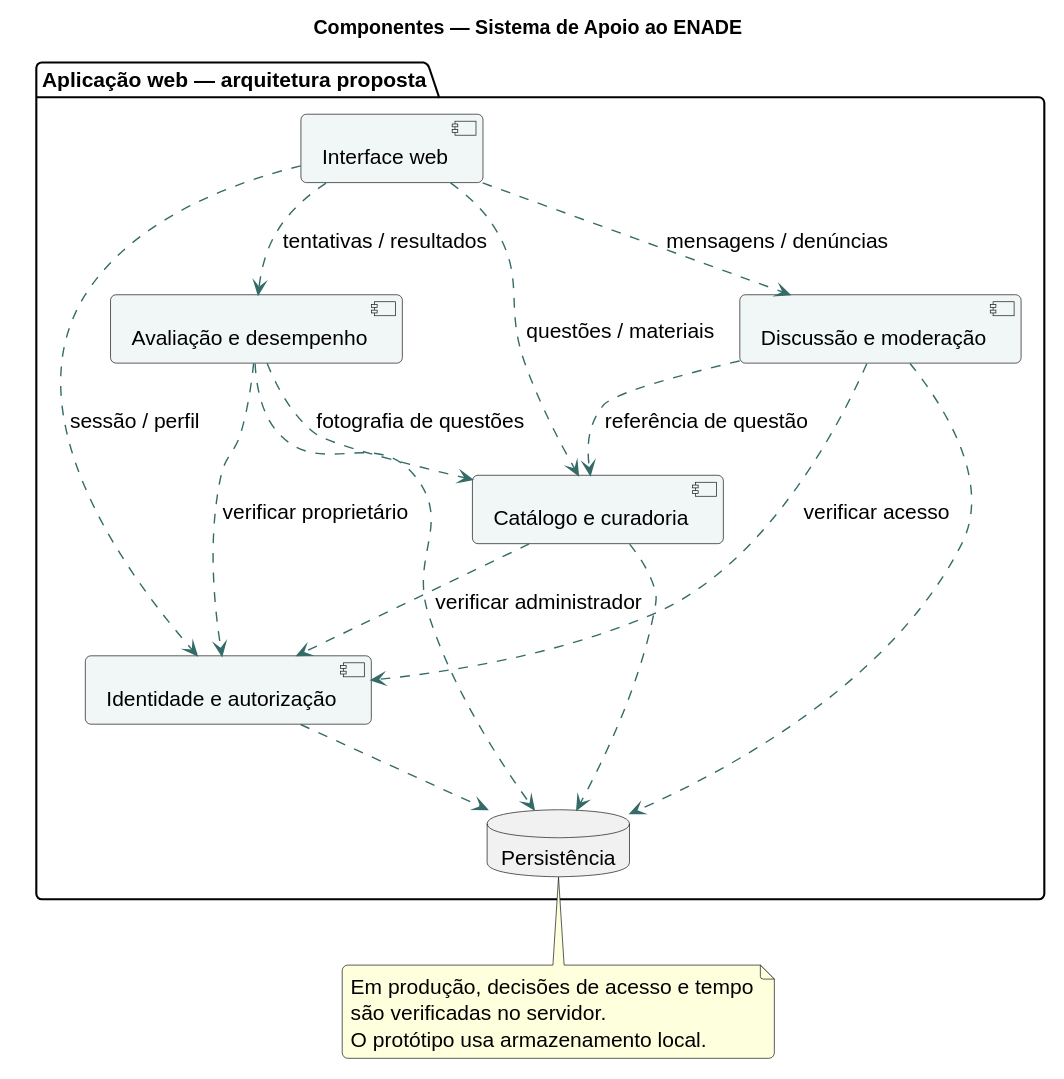
SamirMaia91/requisitos-20262--grupo2 keeps this PlantUML diagram as Requisitos/Artefatos/SistemaApoioENADE/UML/Componentes.svg. Above is the earlier version.
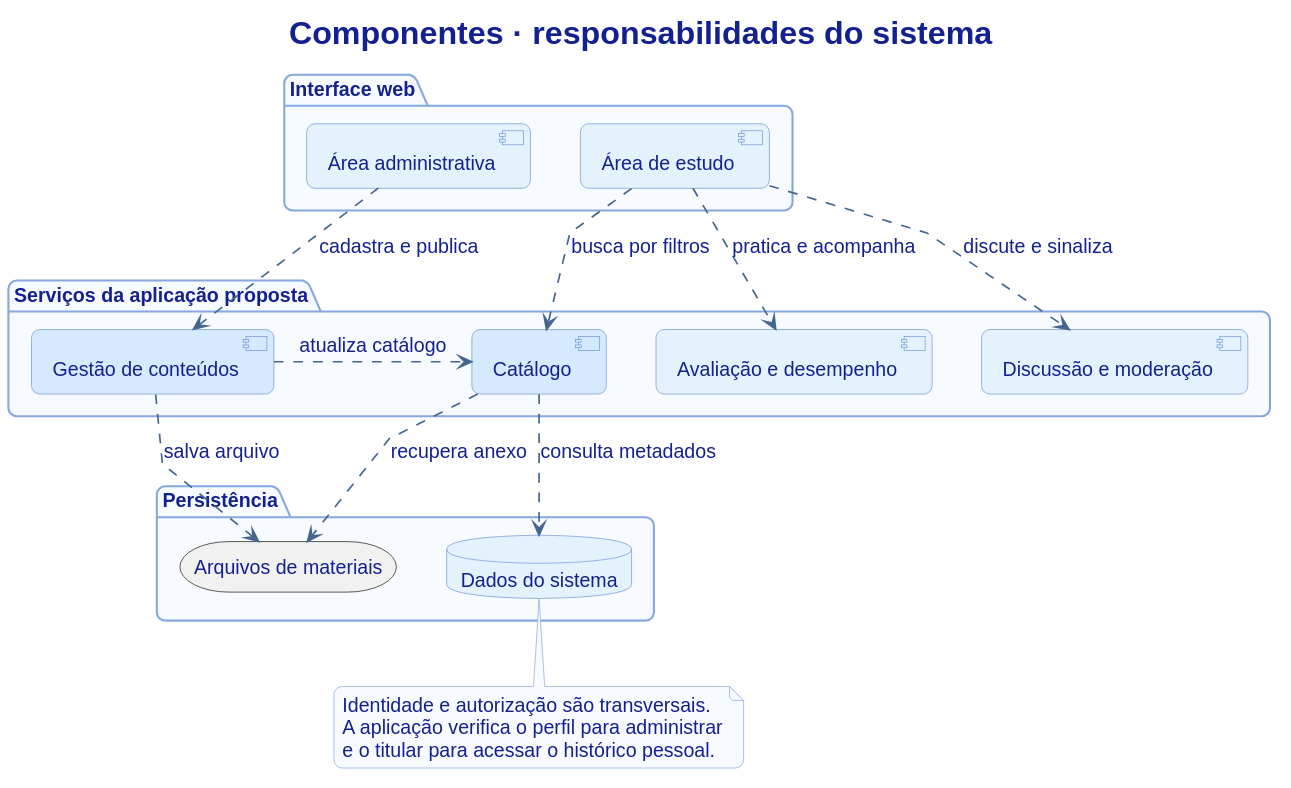
Above is the later version.

The edit, as a diff of the source:
```diff
@@ -1,41 +1,78 @@
 @startuml
 skinparam backgroundColor #FFFFFF
-skinparam defaultFontName SansSerif
-skinparam defaultFontSize 15
+skinparam defaultFontName Arial
+skinparam defaultFontSize 14
+skinparam defaultFontColor #132190
+skinparam titleFontColor #132190
+skinparam titleFontSize 23
 skinparam shadowing false
-skinparam ArrowColor #346B68
+skinparam ArrowColor #46658F
+skinparam ArrowThickness 1.2
+skinparam roundcorner 12
+skinparam BorderColor #87A8DE
+skinparam actorBorderColor #132190
+skinparam actorFontColor #132190
+skinparam actorBackgroundColor #E4F2FE
+skinparam packageBorderColor #87A8DE
+skinparam packageBackgroundColor #F7FAFF
+skinparam rectangleBorderColor #87A8DE
+skinparam rectangleBackgroundColor #FFFFFF
+skinparam usecaseBorderColor #7096D6
+skinparam usecaseBackgroundColor #E4F2FE
+skinparam classBackgroundColor #F4F8FE
+skinparam classBorderColor #7096D6
+skinparam componentBackgroundColor #E4F2FE
+skinparam componentBorderColor #7096D6
+skinparam nodeBackgroundColor #F4F8FE
+skinparam nodeBorderColor #7096D6
+skinparam databaseBackgroundColor #E4F2FE
+skinparam databaseBorderColor #7096D6
+skinparam noteBackgroundColor #F7FAFF
+skinparam noteBorderColor #87A8DE
+skinparam sequenceGroupBorderColor #87A8DE
+skinparam sequenceGroupBackgroundColor #E4F2FE
+skinparam sequenceLifeLineBorderColor #87A8DE
+skinparam sequenceParticipantBorderColor #7096D6
+skinparam sequenceParticipantBackgroundColor #E4F2FE
+skinparam sequenceMessageAlign center
+skinparam activityBackgroundColor #E4F2FE
+skinparam activityBorderColor #7096D6
+skinparam activityDiamondBackgroundColor #F4F8FE
+skinparam activityDiamondBorderColor #7096D6
+skinparam activityStartColor #004AF7
+skinparam activityEndColor #132190
+title Componentes · responsabilidades do sistema
 skinparam componentStyle uml2
-skinparam roundcorner 8
-skinparam classBackgroundColor #F1F7F6
-skinparam usecaseBackgroundColor #F1F7F6
-skinparam componentBackgroundColor #F1F7F6
-skinparam nodeBackgroundColor #F1F7F6
-skinparam sequenceMessageAlign center
-title Componentes — Sistema de Apoio ao ENADE
-package "Aplicação web — arquitetura proposta" {
- [Interface web] as UI
- [Identidade e autorização] as ID
- [Catálogo e curadoria] as CAT
- [Avaliação e desempenho] as AV
- [Discussão e moderação] as FOR
- database "Persistência" as DB
- UI ..> ID : sessão / perfil
- UI ..> CAT : questões / materiais
- UI ..> AV : tentativas / resultados
- UI ..> FOR : mensagens / denúncias
- CAT ..> ID : verificar administrador
- AV ..> ID : verificar proprietário
- FOR ..> ID : verificar acesso
- AV ..> CAT : fotografia de questões
- FOR ..> CAT : referência de questão
- ID ..> DB
- CAT ..> DB
- AV ..> DB
- FOR ..> DB
+skinparam linetype polyline
+package "Interface web" {
+ [Área administrativa] as ADM
+ [Área de estudo] as EST
+ ADM -[hidden]right-> EST
 }
-note bottom of DB
-Em produção, decisões de acesso e tempo
-são verificadas no servidor.
-O protótipo usa armazenamento local.
+package "Serviços da aplicação proposta" {
+ [Gestão de conteúdos] as GEST #D5E9FF
+ [Catálogo] as CAT #D5E9FF
+ [Avaliação e desempenho] as AVAL
+ [Discussão e moderação] as MOD
+ GEST .right.> CAT : atualiza catálogo
+ CAT -[hidden]right-> AVAL
+ AVAL -[hidden]right-> MOD
+}
+package "Persistência" {
+ database "Dados do sistema" as DADOS
+ storage "Arquivos de materiais" as FILES
+ FILES -[hidden]right-> DADOS
+}
+ADM .down.> GEST : cadastra e publica
+EST .down.> CAT : busca por filtros
+EST .down.> AVAL : pratica e acompanha
+EST .down.> MOD : discute e sinaliza
+GEST .down.> FILES : salva arquivo
+CAT .down.> FILES : recupera anexo
+CAT .down.> DADOS : consulta metadados
+note bottom of DADOS
+Identidade e autorização são transversais.
+A aplicação verifica o perfil para administrar
+e o titular para acessar o histórico pessoal.
 end note
 @enduml
```
